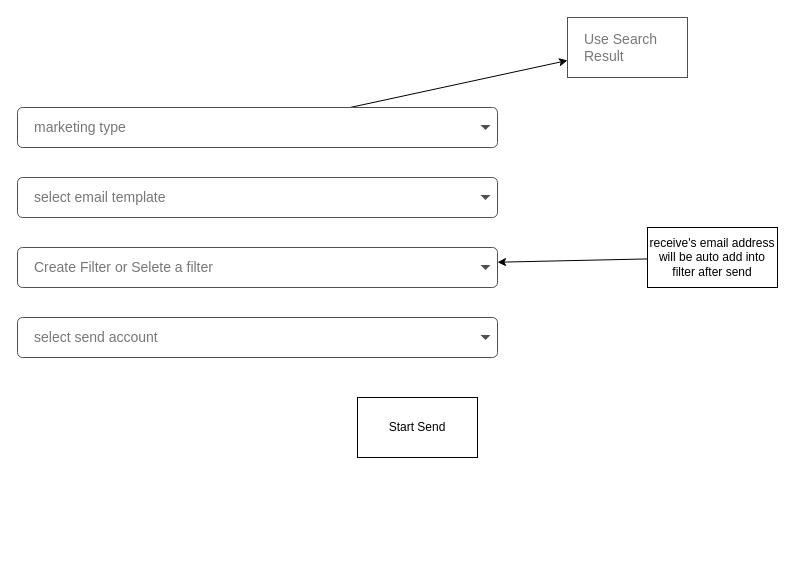
Above: doc/design/email-marketing-buck-send.drawio in robertzengcn/social-marketing (draw.io), before the change. Source tidied: cells renumbered, new cells numbered last; positions are measured from the earlier drawing's top-left corner, leaving out a move shared by most shapes. Both pictures are drawn from the tidied source at 100%, with x=0, y=0 at pixel (17, 17).
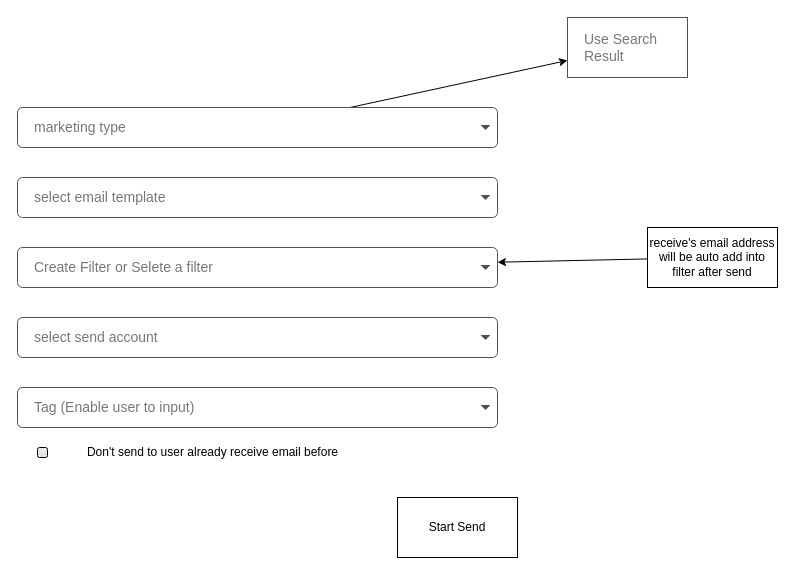
The same page after the edit.

Commit message (it also covers changes not shown here):
update email template api

Diff of the diagram source:
```diff
@@
     <mxCell id="12" value="Start Send" style="rounded=0;whiteSpace=wrap;html=1;" parent="1" vertex="1">
-      <mxGeometry x="340" y="380" width="120" height="60" as="geometry" />
+      <mxGeometry x="380" y="480" width="120" height="60" as="geometry" />
     </mxCell>
@@
+    <mxCell id="15" style="html=1;shadow=0;dashed=0;shape=mxgraph.bootstrap.checkbox2;labelPosition=right;verticalLabelPosition=middle;align=left;verticalAlign=middle;gradientColor=#DEDEDE;fillColor=#EDEDED;checked=0;spacing=5;checkedFill=#0085FC;checkedStroke=#ffffff;sketch=0;" parent="1" vertex="1">
+      <mxGeometry x="20" y="430" width="10" height="10" as="geometry" />
+    </mxCell>
+    <mxCell id="16" value="Don't send to user already receive email before" style="text;html=1;align=center;verticalAlign=middle;strokeColor=none;fillColor=none;" parent="1" vertex="1">
+      <mxGeometry x="60" y="420" width="270" height="30" as="geometry" />
+    </mxCell>
+    <mxCell id="17" value="Tag (Enable user to input)" style="html=1;shadow=0;dashed=0;shape=mxgraph.bootstrap.rrect;rSize=5;strokeColor=#505050;strokeWidth=1;fillColor=#ffffff;fontColor=#777777;whiteSpace=wrap;align=left;verticalAlign=middle;fontStyle=0;fontSize=14;spacingRight=0;spacing=17;" parent="1" vertex="1">
+      <mxGeometry y="370" width="480" height="40" as="geometry" />
+    </mxCell>
+    <mxCell id="18" style="shape=triangle;direction=south;fillColor=#495057;strokeColor=none;perimeter=none;" parent="17" vertex="1">
+      <mxGeometry x="1" y="0.5" width="10" height="5" relative="1" as="geometry">
+        <mxPoint x="-17" y="-2.5" as="offset" />
+      </mxGeometry>
+    </mxCell>
```
